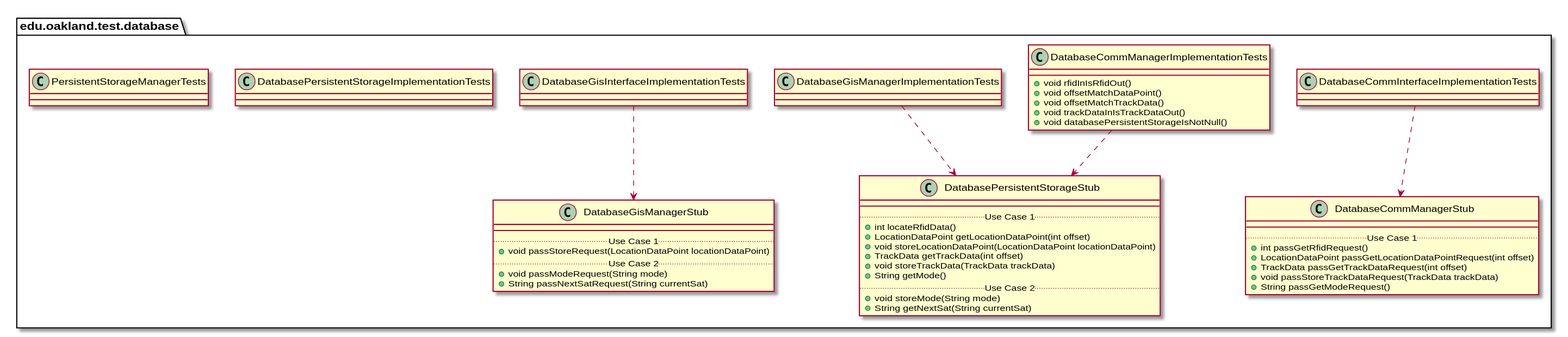
The PlantUML diagram docs/uml-class-diagrams/database/test/DatabaseTestPackage_InternalDependencies.svg in elilley15/csi-3370-software-project, before a commit.
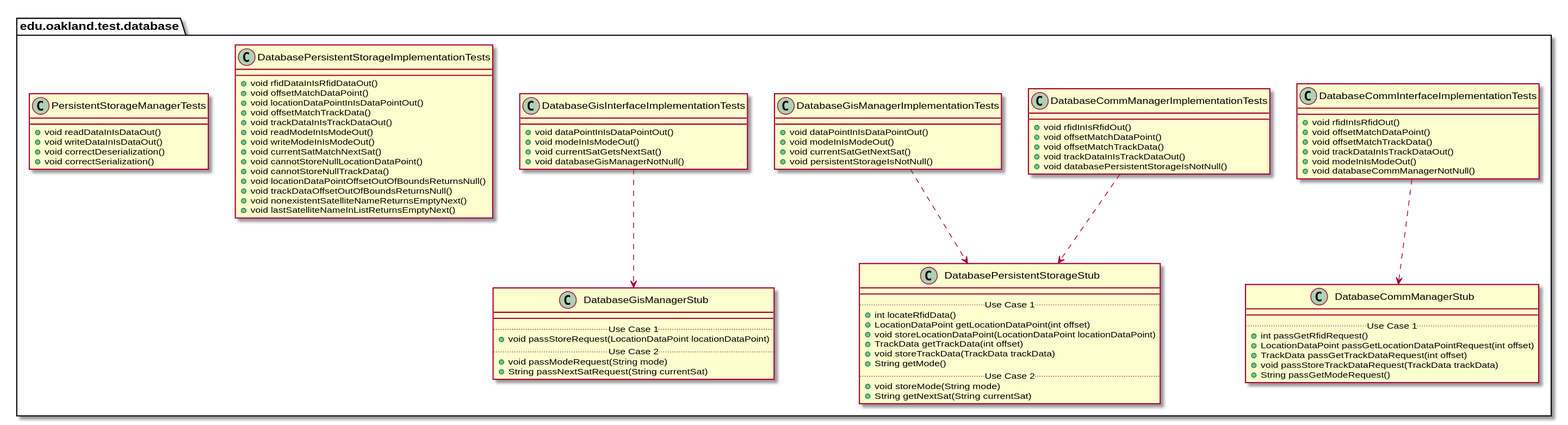
After the change.

Diff of the diagram source:
```diff
@@ -7,7 +7,12 @@
 
 package edu.oakland.test.database {
     class DatabaseCommInterfaceImplementationTests {
-
+        + void rfidInIsRfidOut()
+        + void offsetMatchDataPoint()
+        + void offsetMatchTrackData()
+        + void trackDataInIsTrackDataOut()
+        + void modeInIsModeOut()
+        + void databaseCommManagerNotNull()
     }
 }
 
@@ -59,7 +64,10 @@
 
 package edu.oakland.test.database {
     class DatabaseGisInterfaceImplementationTests {
-
+        + void dataPointInIsDataPointOut()
+        + void modeInIsModeOut()
+        + void currentSatGetsNextSat()
+        + void databaseGisManagerNotNull()
     }
 }
 
@@ -80,7 +88,10 @@
 
 package edu.oakland.test.database {
     class DatabaseGisManagerImplementationTests {
-
+        + void dataPointInIsDataPointOut()
+        + void modeInIsModeOut()
+        + void currentSatGetNextSat()
+        + void persistentStorageIsNotNull()
     }
 }
 
@@ -89,14 +100,30 @@
 
 package edu.oakland.test.database {
     class DatabasePersistentStorageImplementationTests {
-
+        + void rfidDataInIsRfidDataOut()
+        + void offsetMatchDataPoint()
+        + void locationDataPointInIsDataPointOut()
+        + void offsetMatchTrackData()
+        + void trackDataInIsTrackDataOut()
+        + void readModeInIsModeOut()
+        + void writeModeInIsModeOut()
+        + void currentSatMatchNextSat()
+        + void cannotStoreNullLocationDataPoint()
+        + void cannotStoreNullTrackData()
+        + void locationDataPointOffsetOutOfBoundsReturnsNull()
+        + void trackDataOffsetOutOfBoundsReturnsNull()
+        + void nonexistentSatelliteNameReturnsEmptyNext()
+        + void lastSatelliteNameInListReturnsEmptyNext()
     }
 }
 
 
 package edu.oakland.test.database {
     class PersistentStorageManagerTests {
-
+        + void readDataInIsDataOut()
+        + void writeDataInIsDataOut()
+        + void correctDeserialization()
+        + void correctSerialization()
     }
 }
 
```
